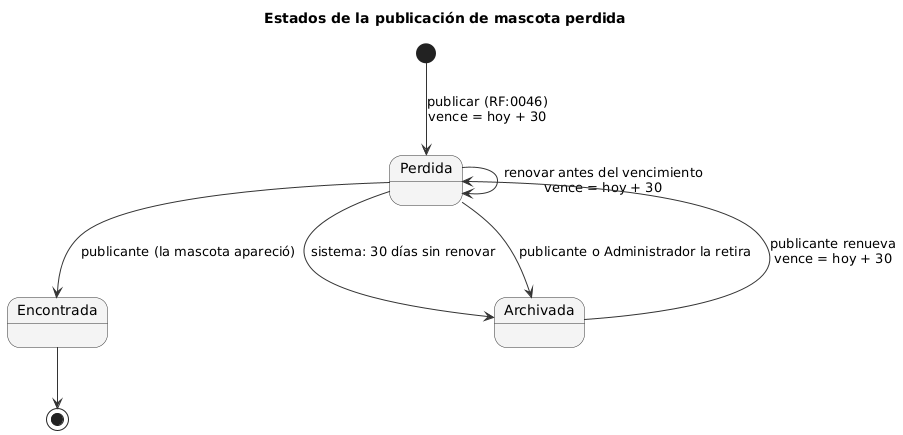
Earlier version of the PlantUML export docs/diagramas/uml/est-perdida.png (CodeCraftersITI/adoptauy). Its diagram source:
```plantuml
@startuml est-perdida
!include _estilo.iuml
title Estados de la publicación de mascota perdida
[*] --> Perdida : publicar (RF:0046)\nvence = hoy + 30
Perdida --> Perdida : renovar antes del vencimiento\nvence = hoy + 30
Perdida --> Encontrada : publicante (la mascota apareció)
Perdida --> Archivada : sistema: 30 días sin renovar
Perdida --> Archivada : publicante o Administrador la retira
Archivada --> Perdida : publicante renueva\nvence = hoy + 30
Encontrada --> [*]
@enduml
```
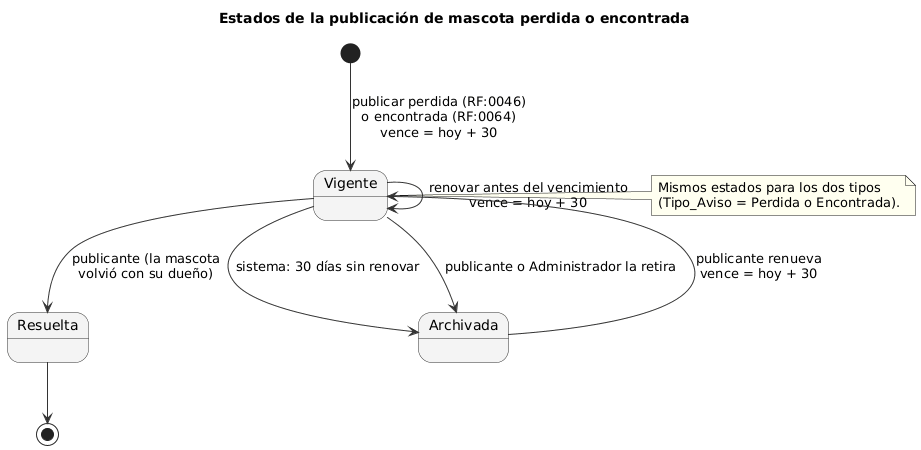
Above is the later version.

Diff of the diagram source:
```diff
@@ -1,11 +1,15 @@
 @startuml est-perdida
 !include _estilo.iuml
-title Estados de la publicación de mascota perdida
-[*] --> Perdida : publicar (RF:0046)\nvence = hoy + 30
-Perdida --> Perdida : renovar antes del vencimiento\nvence = hoy + 30
-Perdida --> Encontrada : publicante (la mascota apareció)
-Perdida --> Archivada : sistema: 30 días sin renovar
-Perdida --> Archivada : publicante o Administrador la retira
-Archivada --> Perdida : publicante renueva\nvence = hoy + 30
-Encontrada --> [*]
+title Estados de la publicación de mascota perdida o encontrada
+[*] --> Vigente : publicar perdida (RF:0046)\no encontrada (RF:0064)\nvence = hoy + 30
+Vigente --> Vigente : renovar antes del vencimiento\nvence = hoy + 30
+Vigente --> Resuelta : publicante (la mascota\nvolvió con su dueño)
+Vigente --> Archivada : sistema: 30 días sin renovar
+Vigente --> Archivada : publicante o Administrador la retira
+Archivada --> Vigente : publicante renueva\nvence = hoy + 30
+Resuelta --> [*]
+note right of Vigente
+  Mismos estados para los dos tipos
+  (Tipo_Aviso = Perdida o Encontrada).
+end note
 @enduml
```
